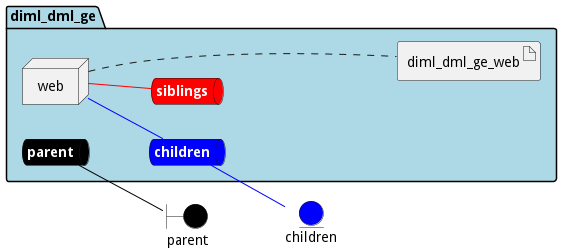
Above: docs/edgemere/diml/dml/ge/envs/dev/deployment.png in madajaju/edgemere (PlantUML), before the change. Its diagram source:
```plantuml
@startuml

left to right direction


boundary parent #black


entity children #blue




package "diml_dml_ge" #lightblue {
    queue parentnet #black [
            <b><color:white>parent</color></b>
    ]

    parentnet -[#black]- parent

    queue childrennet #blue [
            <b><color:white>children</color></b>
    ]

    childrennet -[#blue]- children

    queue siblingsnet #red [
            <b><color:white>siblings</color></b>
    ]


node "web" as webService


        artifact "diml_dml_ge_web" as diml_dml_ge_webimage

}

webService -[#blue]- childrennet

webService -[#red]- siblingsnet
webService .... diml_dml_ge_webimage


@enduml
```
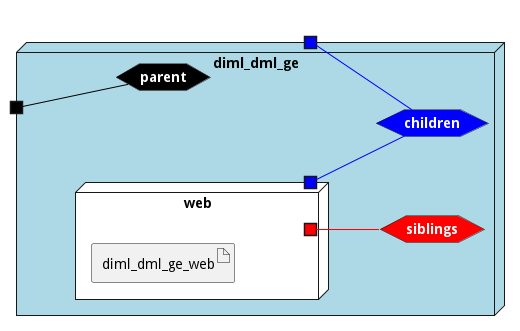
After the change.

The edit, as a diff of the source:
```diff
@@ -3,43 +3,45 @@
 left to right direction
 
 
-boundary parent #black
-
-
-entity children #blue
 
 
 
 
-package "diml_dml_ge" #lightblue {
-    queue parentnet #black [
+
+node "diml_dml_ge" #lightblue {
+
+
+    hexagon parentnet #black [
             <b><color:white>parent</color></b>
     ]
 
-    parentnet -[#black]- parent
+    portin " " as parentnetPortIn #black
+    parentnetPortIn -[#black]- parentnet
 
-    queue childrennet #blue [
+    hexagon childrennet #blue [
             <b><color:white>children</color></b>
     ]
 
-    childrennet -[#blue]- children
+    portout " " as childrennetPortOut #blue
+    childrennet -[#blue]- childrennetPortOut
 
-    queue siblingsnet #red [
+    hexagon siblingsnet #red [
             <b><color:white>siblings</color></b>
     ]
 
 
-node "web" as webService
+node "web" as webService #white {
+    portOut " " as webServicechildrennet #blue
+   webServicechildrennet -[#blue]- childrennet
+       portOut " " as webServicesiblingsnet #red
+   webServicesiblingsnet -[#red]- siblingsnet
 
 
-        artifact "diml_dml_ge_web" as diml_dml_ge_webimage
+    artifact "diml_dml_ge_web" as diml_dml_ge_webimage
 
 }
 
-webService -[#blue]- childrennet
-
-webService -[#red]- siblingsnet
-webService .... diml_dml_ge_webimage
+}
 
 
 @enduml
```
